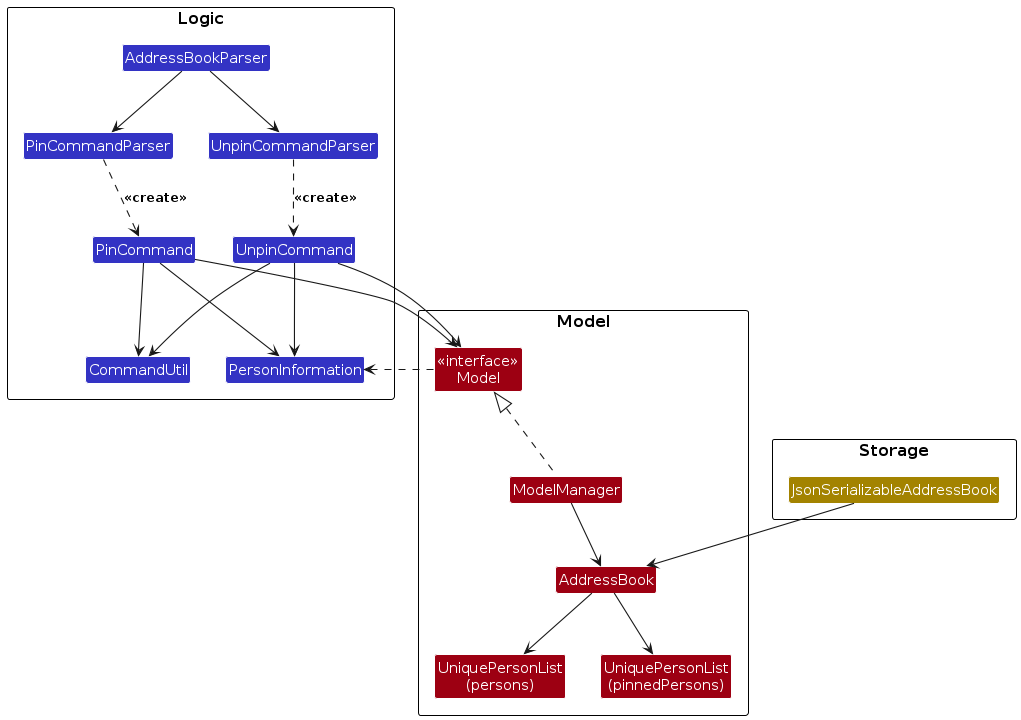
Before: diagrams/PinClassDiagram.png, a diagram exported from PlantUML (AY2526S2-CS2103-F08-4/tp). Its source is kept beside it as diagrams/PinClassDiagram.puml. Its diagram source:
```plantuml
@startuml
!include style.puml
skinparam arrowThickness 1.1

package Logic as LogicPackage {
  class AddressBookParser LOGIC_COLOR
  class PinCommandParser LOGIC_COLOR
  class UnpinCommandParser LOGIC_COLOR
  class PinCommand LOGIC_COLOR
  class UnpinCommand LOGIC_COLOR
  class CommandUtil LOGIC_COLOR
  class PersonInformation LOGIC_COLOR
}

package Model as ModelPackage {
  class "<<interface>>\nModel" as Model MODEL_COLOR
  class ModelManager MODEL_COLOR
  class AddressBook MODEL_COLOR
  class "UniquePersonList\n(persons)" as PersonsList MODEL_COLOR
  class "UniquePersonList\n(pinnedPersons)" as PinnedList MODEL_COLOR
}

package Storage as StoragePackage {
  class JsonSerializableAddressBook STORAGE_COLOR
}

AddressBookParser --> PinCommandParser
AddressBookParser --> UnpinCommandParser
PinCommandParser ..> PinCommand : <<create>>
UnpinCommandParser ..> UnpinCommand : <<create>>
PinCommand --> PersonInformation
UnpinCommand --> PersonInformation
PinCommand --> CommandUtil
UnpinCommand --> CommandUtil
PinCommand --> Model
UnpinCommand --> Model

ModelManager .up.|> Model
ModelManager --> AddressBook
AddressBook --> PersonsList
AddressBook --> PinnedList

JsonSerializableAddressBook --> AddressBook

Model ..> PersonInformation
@enduml
```
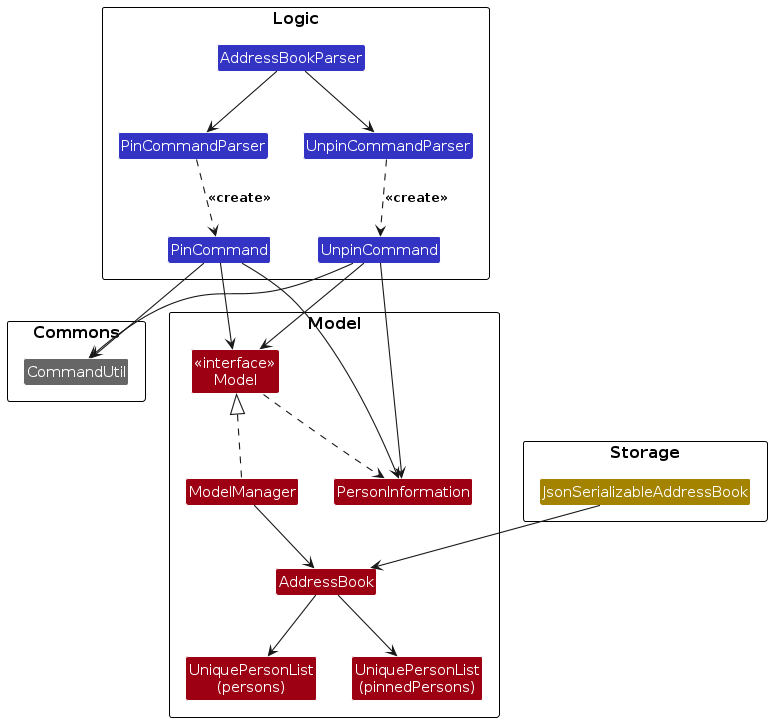
Later version of the same file.

What changed in the source:
```diff
@@ -8,14 +8,17 @@
   class UnpinCommandParser LOGIC_COLOR
   class PinCommand LOGIC_COLOR
   class UnpinCommand LOGIC_COLOR
-  class CommandUtil LOGIC_COLOR
-  class PersonInformation LOGIC_COLOR
+}
+
+package Commons as CommonsPackage {
+  class CommandUtil #666666
 }
 
 package Model as ModelPackage {
   class "<<interface>>\nModel" as Model MODEL_COLOR
   class ModelManager MODEL_COLOR
   class AddressBook MODEL_COLOR
+  class PersonInformation MODEL_COLOR
   class "UniquePersonList\n(persons)" as PersonsList MODEL_COLOR
   class "UniquePersonList\n(pinnedPersons)" as PinnedList MODEL_COLOR
 }
```
